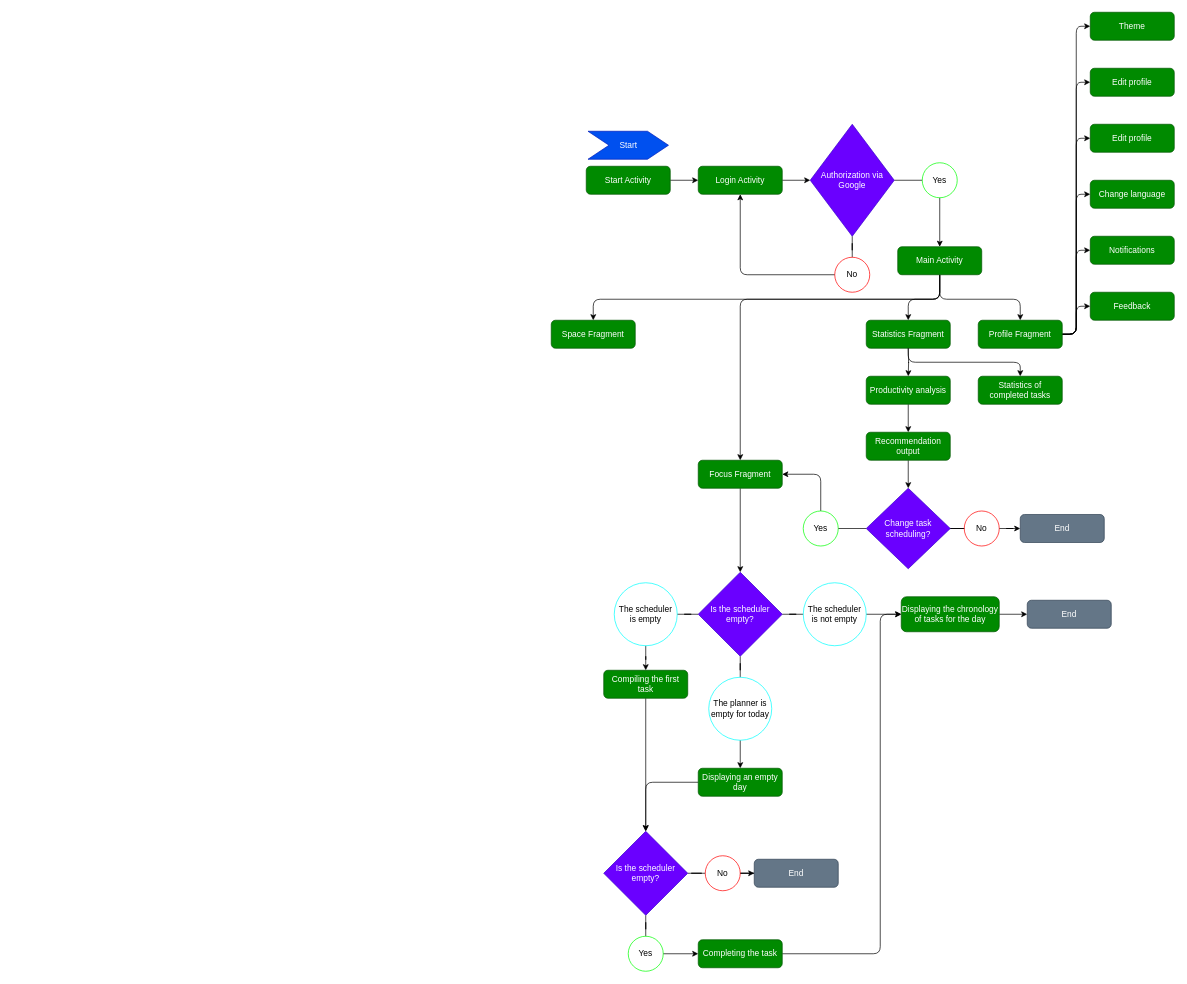
Above: design/user_flow/user_flow.drawio in Horclot/Taska-android (draw.io), before the change. Source tidied: cells renumbered, new cells numbered last; positions are measured from the earlier drawing's top-left corner, leaving out a move shared by most shapes. Both pictures are drawn from the tidied source at 70%, with x=0, y=0 at pixel (551, 12).
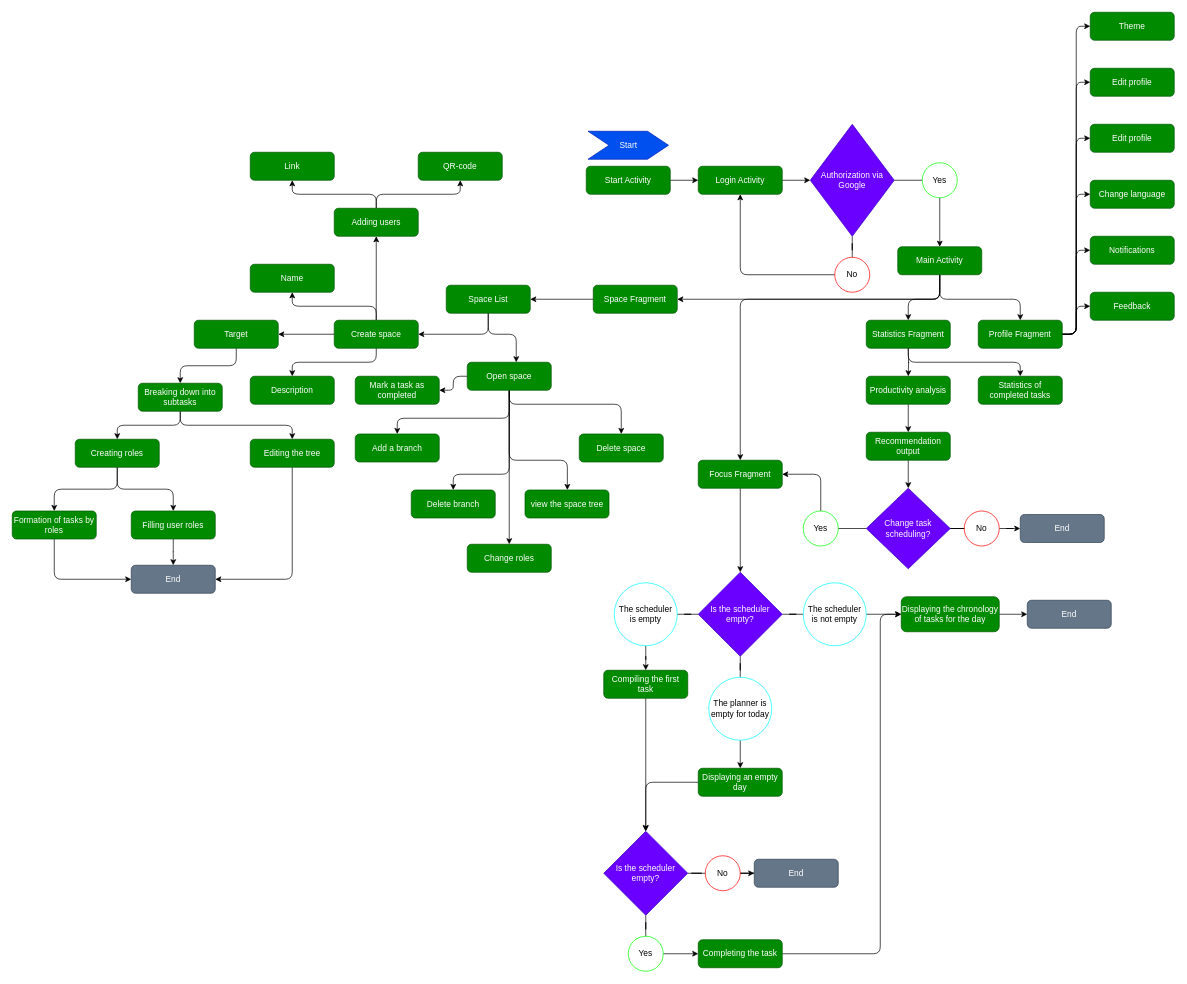
After the change.

Commit message (it also covers changes not shown here):
Complete user_flow diagram

The change refers to these unchanged cells:
```xml
<mxCell id="18" value="Main Activity" style="rounded=1;whiteSpace=wrap;html=1;fillColor=#008a00;fontColor=#ffffff;strokeColor=#005700;" parent="1" vertex="1">
  <mxGeometry x="495" y="335" width="120" height="40" as="geometry" />
</mxCell>
```

Change to the diagram source:
```diff
@@
-    <mxCell id="14" style="edgeStyle=orthogonalEdgeStyle;rounded=1;jettySize=auto;html=1;entryX=0.5;entryY=0;entryDx=0;entryDy=0;curved=0;" parent="1" edge="1" source="18" target="19">
+    <mxCell id="14" style="edgeStyle=orthogonalEdgeStyle;rounded=1;jettySize=auto;html=1;entryX=1;entryY=0.5;entryDx=0;entryDy=0;curved=0;" parent="1" edge="1" source="18" target="19">
       <mxGeometry relative="1" as="geometry">
         <Array as="points">
           <mxPoint x="555" y="410" />
-          <mxPoint x="60" y="410" />
         </Array>
       </mxGeometry>
     </mxCell>
@@
+    <mxCell id="78" style="edgeStyle=orthogonalEdgeStyle;rounded=0;jettySize=auto;html=1;entryX=1;entryY=0.5;entryDx=0;entryDy=0;" parent="1" edge="1" source="19" target="81">
+      <mxGeometry relative="1" as="geometry" />
+    </mxCell>
     <mxCell id="19" value="Space Fragment" style="rounded=1;whiteSpace=wrap;html=1;fillColor=#008a00;fontColor=#ffffff;strokeColor=#005700;" parent="1" vertex="1">
-      <mxGeometry y="440" width="120" height="40" as="geometry" />
+      <mxGeometry x="60" y="390" width="120" height="40" as="geometry" />
     </mxCell>
@@
+    <mxCell id="79" style="edgeStyle=orthogonalEdgeStyle;rounded=1;jettySize=auto;html=1;curved=0;" parent="1" edge="1" source="81" target="93">
+      <mxGeometry relative="1" as="geometry">
+        <Array as="points">
+          <mxPoint x="-90" y="460" />
+          <mxPoint x="-50" y="460" />
+        </Array>
+      </mxGeometry>
+    </mxCell>
+    <mxCell id="80" style="edgeStyle=orthogonalEdgeStyle;rounded=1;jettySize=auto;html=1;entryX=1;entryY=0.5;entryDx=0;entryDy=0;curved=0;" parent="1" edge="1" source="81" target="86">
+      <mxGeometry relative="1" as="geometry">
+        <Array as="points">
+          <mxPoint x="-90" y="460" />
+        </Array>
+      </mxGeometry>
+    </mxCell>
+    <mxCell id="81" value="Space List" style="rounded=1;whiteSpace=wrap;html=1;fillColor=#008a00;fontColor=#ffffff;strokeColor=#005700;" parent="1" vertex="1">
+      <mxGeometry x="-150" y="390" width="120" height="40" as="geometry" />
+    </mxCell>
+    <mxCell id="82" style="edgeStyle=orthogonalEdgeStyle;rounded=1;jettySize=auto;html=1;curved=0;" parent="1" edge="1" source="86" target="102">
+      <mxGeometry relative="1" as="geometry" />
+    </mxCell>
+    <mxCell id="83" style="edgeStyle=orthogonalEdgeStyle;rounded=1;jettySize=auto;html=1;entryX=0.5;entryY=1;entryDx=0;entryDy=0;curved=0;" parent="1" edge="1" source="86" target="99">
+      <mxGeometry relative="1" as="geometry" />
+    </mxCell>
+    <mxCell id="84" style="edgeStyle=orthogonalEdgeStyle;rounded=0;jettySize=auto;html=1;entryX=1;entryY=0.5;entryDx=0;entryDy=0;" parent="1" edge="1" source="86" target="101">
+      <mxGeometry relative="1" as="geometry" />
+    </mxCell>
+    <mxCell id="85" style="edgeStyle=orthogonalEdgeStyle;rounded=0;jettySize=auto;html=1;entryX=0.5;entryY=1;entryDx=0;entryDy=0;" parent="1" edge="1" source="86" target="113">
+      <mxGeometry relative="1" as="geometry" />
+    </mxCell>
+    <mxCell id="86" value="Create space" style="rounded=1;whiteSpace=wrap;html=1;fillColor=#008a00;fontColor=#ffffff;strokeColor=#005700;" parent="1" vertex="1">
+      <mxGeometry x="-310" y="440" width="120" height="40" as="geometry" />
+    </mxCell>
+    <mxCell id="87" style="edgeStyle=orthogonalEdgeStyle;rounded=0;jettySize=auto;html=1;entryX=0.5;entryY=0;entryDx=0;entryDy=0;" parent="1" edge="1" source="93" target="96">
+      <mxGeometry relative="1" as="geometry" />
+    </mxCell>
+    <mxCell id="88" style="edgeStyle=orthogonalEdgeStyle;rounded=1;jettySize=auto;html=1;curved=0;" parent="1" edge="1" source="93" target="94">
+      <mxGeometry relative="1" as="geometry">
+        <Array as="points">
+          <mxPoint x="-60" y="660" />
+          <mxPoint x="-140" y="660" />
+        </Array>
+      </mxGeometry>
+    </mxCell>
+    <mxCell id="89" style="edgeStyle=orthogonalEdgeStyle;rounded=1;jettySize=auto;html=1;curved=0;" parent="1" edge="1" source="93" target="98">
+      <mxGeometry relative="1" as="geometry">
+        <Array as="points">
+          <mxPoint x="-60" y="640" />
+          <mxPoint x="23" y="640" />
+        </Array>
+      </mxGeometry>
+    </mxCell>
+    <mxCell id="90" style="edgeStyle=orthogonalEdgeStyle;rounded=1;jettySize=auto;html=1;curved=0;" parent="1" edge="1" source="93" target="97">
+      <mxGeometry relative="1" as="geometry">
+        <Array as="points">
+          <mxPoint x="-60" y="580" />
+          <mxPoint x="-220" y="580" />
+        </Array>
+      </mxGeometry>
+    </mxCell>
+    <mxCell id="91" style="edgeStyle=orthogonalEdgeStyle;rounded=1;jettySize=auto;html=1;entryX=0.5;entryY=0;entryDx=0;entryDy=0;curved=0;" parent="1" edge="1" source="93" target="95">
+      <mxGeometry relative="1" as="geometry">
+        <Array as="points">
+          <mxPoint x="-60" y="560" />
+          <mxPoint x="100" y="560" />
+        </Array>
+      </mxGeometry>
+    </mxCell>
+    <mxCell id="92" style="edgeStyle=orthogonalEdgeStyle;rounded=1;jettySize=auto;html=1;entryX=1;entryY=0.5;entryDx=0;entryDy=0;curved=0;" parent="1" edge="1" source="93" target="121">
+      <mxGeometry relative="1" as="geometry" />
+    </mxCell>
+    <mxCell id="93" value="Open space" style="rounded=1;whiteSpace=wrap;html=1;fillColor=#008a00;fontColor=#ffffff;strokeColor=#005700;" parent="1" vertex="1">
+      <mxGeometry x="-120" y="500" width="120" height="40" as="geometry" />
+    </mxCell>
+    <mxCell id="94" value="Delete branch" style="rounded=1;whiteSpace=wrap;html=1;fillColor=#008a00;fontColor=#ffffff;strokeColor=#005700;" parent="1" vertex="1">
+      <mxGeometry x="-200" y="682.5" width="120" height="40" as="geometry" />
+    </mxCell>
+    <mxCell id="95" value="Delete space" style="rounded=1;whiteSpace=wrap;html=1;fillColor=#008a00;fontColor=#ffffff;strokeColor=#005700;" parent="1" vertex="1">
+      <mxGeometry x="40" y="602.5" width="120" height="40" as="geometry" />
+    </mxCell>
+    <mxCell id="96" value="Change roles" style="rounded=1;whiteSpace=wrap;html=1;fillColor=#008a00;fontColor=#ffffff;strokeColor=#005700;" parent="1" vertex="1">
+      <mxGeometry x="-120" y="760" width="120" height="40" as="geometry" />
+    </mxCell>
+    <mxCell id="97" value="Add a branch" style="rounded=1;whiteSpace=wrap;html=1;fillColor=#008a00;fontColor=#ffffff;strokeColor=#005700;" parent="1" vertex="1">
+      <mxGeometry x="-280" y="602.5" width="120" height="40" as="geometry" />
+    </mxCell>
+    <mxCell id="98" value="view the space tree" style="rounded=1;whiteSpace=wrap;html=1;fillColor=#008a00;fontColor=#ffffff;strokeColor=#005700;" parent="1" vertex="1">
+      <mxGeometry x="-37.5" y="682.5" width="120" height="40" as="geometry" />
+    </mxCell>
+    <mxCell id="99" value="Name" style="rounded=1;whiteSpace=wrap;html=1;fillColor=#008a00;fontColor=#ffffff;strokeColor=#005700;" parent="1" vertex="1">
+      <mxGeometry x="-430" y="360" width="120" height="40" as="geometry" />
+    </mxCell>
+    <mxCell id="100" style="edgeStyle=orthogonalEdgeStyle;rounded=1;jettySize=auto;html=1;curved=0;" parent="1" edge="1" source="101" target="105">
+      <mxGeometry relative="1" as="geometry" />
+    </mxCell>
+    <mxCell id="101" value="Target" style="rounded=1;whiteSpace=wrap;html=1;fillColor=#008a00;fontColor=#ffffff;strokeColor=#005700;" parent="1" vertex="1">
+      <mxGeometry x="-510" y="440" width="120" height="40" as="geometry" />
+    </mxCell>
+    <mxCell id="102" value="Description" style="rounded=1;whiteSpace=wrap;html=1;fillColor=#008a00;fontColor=#ffffff;strokeColor=#005700;" parent="1" vertex="1">
+      <mxGeometry x="-430" y="520" width="120" height="40" as="geometry" />
+    </mxCell>
+    <mxCell id="103" style="edgeStyle=orthogonalEdgeStyle;rounded=1;jettySize=auto;html=1;curved=0;" parent="1" edge="1" source="105" target="107">
+      <mxGeometry relative="1" as="geometry">
+        <Array as="points">
+          <mxPoint x="-530" y="590" />
+          <mxPoint x="-370" y="590" />
+        </Array>
+      </mxGeometry>
+    </mxCell>
+    <mxCell id="104" style="edgeStyle=orthogonalEdgeStyle;rounded=1;jettySize=auto;html=1;entryX=0.5;entryY=0;entryDx=0;entryDy=0;curved=0;" parent="1" edge="1" source="105" target="110">
+      <mxGeometry relative="1" as="geometry" />
+    </mxCell>
+    <mxCell id="105" value="Breaking down into subtasks" style="rounded=1;whiteSpace=wrap;html=1;fillColor=#008a00;fontColor=#ffffff;strokeColor=#005700;" parent="1" vertex="1">
+      <mxGeometry x="-590" y="530" width="120" height="40" as="geometry" />
+    </mxCell>
+    <mxCell id="106" style="edgeStyle=orthogonalEdgeStyle;rounded=1;jettySize=auto;html=1;entryX=1;entryY=0.5;entryDx=0;entryDy=0;curved=0;" parent="1" edge="1" source="107" target="120">
+      <mxGeometry relative="1" as="geometry">
+        <Array as="points">
+          <mxPoint x="-370" y="810" />
+        </Array>
+      </mxGeometry>
+    </mxCell>
+    <mxCell id="107" value="Editing the tree" style="rounded=1;whiteSpace=wrap;html=1;fillColor=#008a00;fontColor=#ffffff;strokeColor=#005700;" parent="1" vertex="1">
+      <mxGeometry x="-430" y="610" width="120" height="40" as="geometry" />
+    </mxCell>
+    <mxCell id="108" style="edgeStyle=orthogonalEdgeStyle;rounded=1;jettySize=auto;html=1;entryX=0.5;entryY=0;entryDx=0;entryDy=0;curved=0;" parent="1" edge="1" source="110" target="117">
+      <mxGeometry relative="1" as="geometry" />
+    </mxCell>
+    <mxCell id="109" style="edgeStyle=orthogonalEdgeStyle;rounded=1;jettySize=auto;html=1;curved=0;" parent="1" edge="1" source="110" target="119">
+      <mxGeometry relative="1" as="geometry" />
+    </mxCell>
+    <mxCell id="110" value="Creating roles" style="rounded=1;whiteSpace=wrap;html=1;fillColor=#008a00;fontColor=#ffffff;strokeColor=#005700;" parent="1" vertex="1">
+      <mxGeometry x="-680" y="610" width="120" height="40" as="geometry" />
+    </mxCell>
+    <mxCell id="111" style="edgeStyle=orthogonalEdgeStyle;rounded=1;jettySize=auto;html=1;entryX=0.5;entryY=1;entryDx=0;entryDy=0;curved=0;" parent="1" edge="1" source="113" target="114">
+      <mxGeometry relative="1" as="geometry" />
+    </mxCell>
+    <mxCell id="112" style="edgeStyle=orthogonalEdgeStyle;rounded=1;jettySize=auto;html=1;entryX=0.5;entryY=1;entryDx=0;entryDy=0;curved=0;" parent="1" edge="1" source="113" target="115">
+      <mxGeometry relative="1" as="geometry" />
+    </mxCell>
+    <mxCell id="113" value="Adding users" style="rounded=1;whiteSpace=wrap;html=1;fillColor=#008a00;fontColor=#ffffff;strokeColor=#005700;" parent="1" vertex="1">
+      <mxGeometry x="-310" y="280" width="120" height="40" as="geometry" />
+    </mxCell>
+    <mxCell id="114" value="Link" style="rounded=1;whiteSpace=wrap;html=1;fillColor=#008a00;fontColor=#ffffff;strokeColor=#005700;" parent="1" vertex="1">
+      <mxGeometry x="-430" y="200" width="120" height="40" as="geometry" />
+    </mxCell>
+    <mxCell id="115" value="QR-code" style="rounded=1;whiteSpace=wrap;html=1;fillColor=#008a00;fontColor=#ffffff;strokeColor=#005700;" parent="1" vertex="1">
+      <mxGeometry x="-190" y="200" width="120" height="40" as="geometry" />
+    </mxCell>
+    <mxCell id="116" style="edgeStyle=orthogonalEdgeStyle;rounded=1;jettySize=auto;html=1;entryX=0;entryY=0.5;entryDx=0;entryDy=0;curved=0;" parent="1" edge="1" source="117" target="120">
+      <mxGeometry relative="1" as="geometry">
+        <Array as="points">
+          <mxPoint x="-710" y="810" />
+        </Array>
+      </mxGeometry>
+    </mxCell>
+    <mxCell id="117" value="Formation of tasks by roles" style="rounded=1;whiteSpace=wrap;html=1;fillColor=#008a00;fontColor=#ffffff;strokeColor=#005700;" parent="1" vertex="1">
+      <mxGeometry x="-770" y="712.5" width="120" height="40" as="geometry" />
+    </mxCell>
+    <mxCell id="118" style="edgeStyle=orthogonalEdgeStyle;rounded=1;jettySize=auto;html=1;entryX=0.5;entryY=0;entryDx=0;entryDy=0;curved=0;" parent="1" edge="1" source="119" target="120">
+      <mxGeometry relative="1" as="geometry" />
+    </mxCell>
+    <mxCell id="119" value="Filling user roles" style="rounded=1;whiteSpace=wrap;html=1;fillColor=#008a00;fontColor=#ffffff;strokeColor=#005700;" parent="1" vertex="1">
+      <mxGeometry x="-600" y="712.5" width="120" height="40" as="geometry" />
+    </mxCell>
+    <mxCell id="120" value="End" style="rounded=1;whiteSpace=wrap;html=1;fillColor=#647687;fontColor=#ffffff;strokeColor=#314354;" parent="1" vertex="1">
+      <mxGeometry x="-600" y="790" width="120" height="40" as="geometry" />
+    </mxCell>
+    <mxCell id="121" value="Mark a task as completed" style="rounded=1;whiteSpace=wrap;html=1;fillColor=#008a00;fontColor=#ffffff;strokeColor=#005700;" parent="1" vertex="1">
+      <mxGeometry x="-280" y="520" width="120" height="40" as="geometry" />
+    </mxCell>
```
